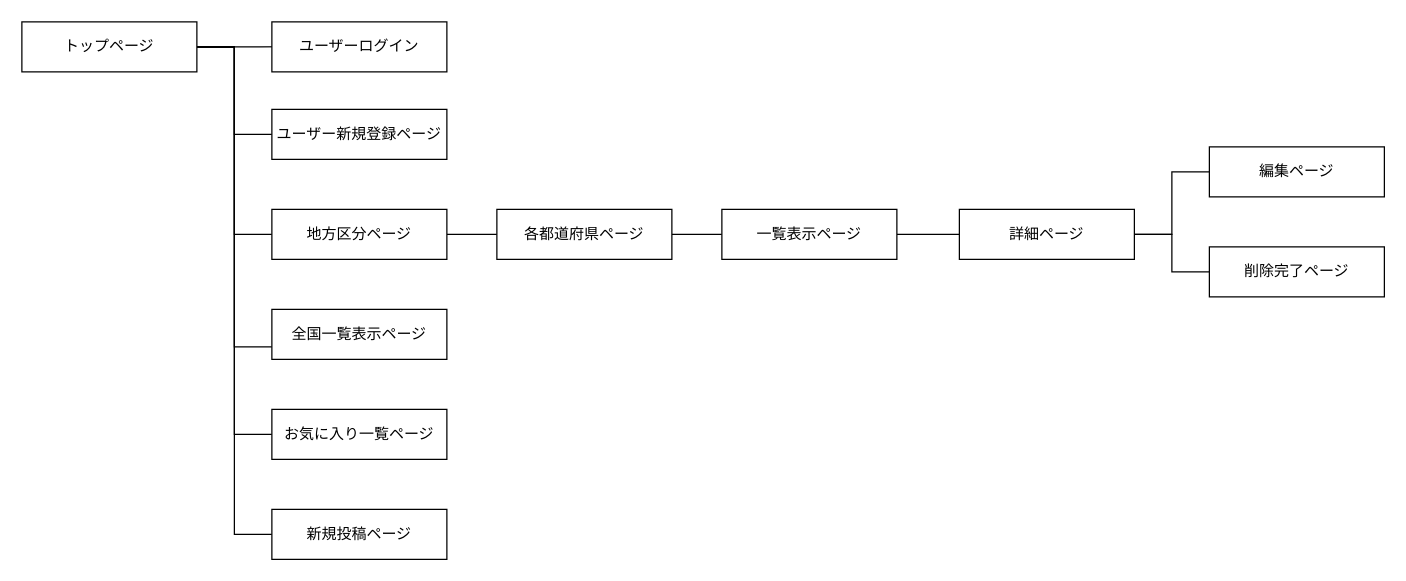
Before: page "ページ1" (2 of 2) of ER.drawio in kazuma516/temiyage, a draw.io diagram. Source tidied: cells renumbered, new cells numbered last; positions are measured from the earlier drawing's top-left corner, leaving out a move shared by most shapes. Both pictures are drawn from the tidied source at 125%, with x=0, y=0 at pixel (21, 21).
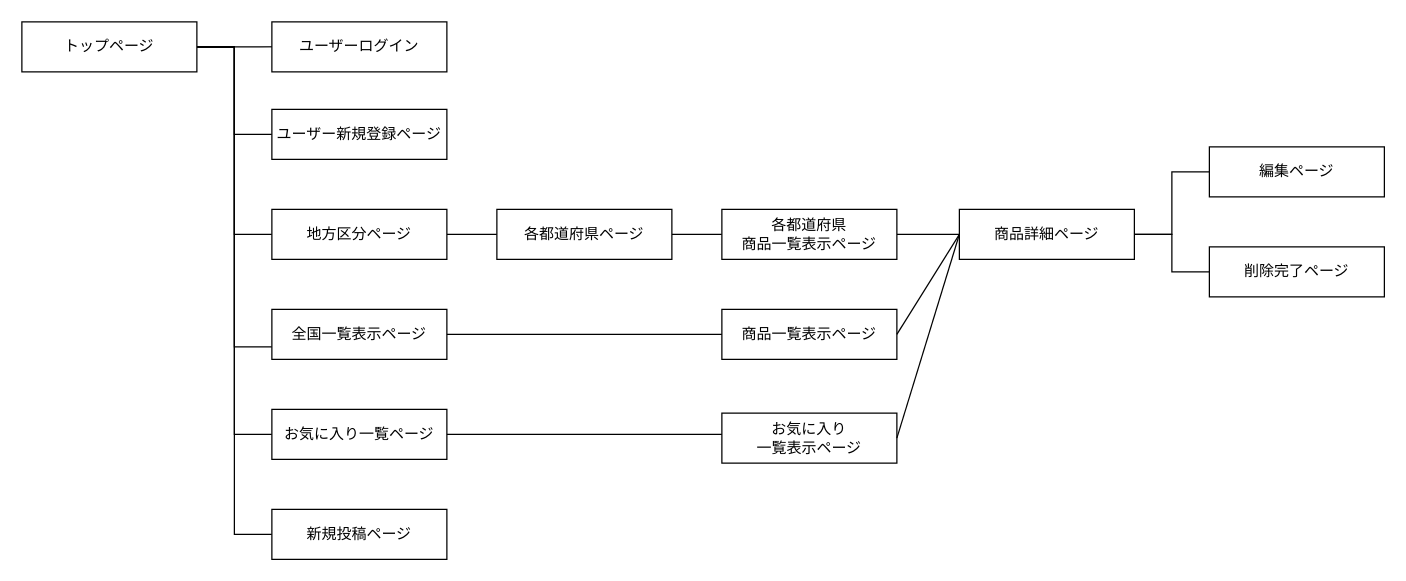
The same page after the edit.

Unchanged cells that the change refers to:
```xml
<mxCell id="13" value="お気に入り一覧ページ" style="rounded=0;whiteSpace=wrap;html=1;" parent="1" vertex="1">
  <mxGeometry x="200" y="310" width="140" height="40" as="geometry" />
</mxCell>
<mxCell id="16" value="全国一覧表示ページ" style="rounded=0;whiteSpace=wrap;html=1;" parent="1" vertex="1">
  <mxGeometry x="200" y="230" width="140" height="40" as="geometry" />
</mxCell>
```

What changed in the source:
```diff
@@
-    <mxCell id="18" value="一覧表示ページ" style="rounded=0;whiteSpace=wrap;html=1;" parent="1" vertex="1">
+    <mxCell id="18" value="各都道府県&lt;br&gt;商品一覧表示ページ" style="rounded=0;whiteSpace=wrap;html=1;" parent="1" vertex="1">
       <mxGeometry x="560" y="150" width="140" height="40" as="geometry" />
     </mxCell>
@@
-    <mxCell id="21" value="詳細ページ" style="rounded=0;whiteSpace=wrap;html=1;" parent="1" vertex="1">
+    <mxCell id="21" value="商品詳細ページ" style="rounded=0;whiteSpace=wrap;html=1;" parent="1" vertex="1">
       <mxGeometry x="750" y="150" width="140" height="40" as="geometry" />
     </mxCell>
@@
+    <mxCell id="25" value="商品一覧表示ページ" style="rounded=0;whiteSpace=wrap;html=1;" parent="1" vertex="1">
+      <mxGeometry x="560" y="230" width="140" height="40" as="geometry" />
+    </mxCell>
+    <mxCell id="26" style="endArrow=none;html=1;exitX=1;exitY=0.5;exitDx=0;exitDy=0;entryX=0;entryY=0.5;entryDx=0;entryDy=0;" parent="1" edge="1" source="16" target="25">
+      <mxGeometry relative="1" as="geometry" />
+    </mxCell>
+    <mxCell id="27" style="endArrow=none;html=1;exitX=1;exitY=0.5;exitDx=0;exitDy=0;" parent="1" edge="1" source="25">
+      <mxGeometry relative="1" as="geometry">
+        <mxPoint x="750" y="170" as="targetPoint" />
+      </mxGeometry>
+    </mxCell>
+    <mxCell id="28" value="お気に入り&lt;br&gt;一覧表示ページ" style="rounded=0;whiteSpace=wrap;html=1;" parent="1" vertex="1">
+      <mxGeometry x="560" y="313" width="140" height="40" as="geometry" />
+    </mxCell>
+    <mxCell id="29" style="endArrow=none;html=1;exitX=1;exitY=0.5;exitDx=0;exitDy=0;" parent="1" edge="1" source="28">
+      <mxGeometry relative="1" as="geometry">
+        <mxPoint x="750" y="170" as="targetPoint" />
+      </mxGeometry>
+    </mxCell>
+    <mxCell id="30" style="endArrow=none;html=1;exitX=1;exitY=0.5;exitDx=0;exitDy=0;" parent="1" edge="1" source="13">
+      <mxGeometry relative="1" as="geometry">
+        <mxPoint x="560" y="330" as="targetPoint" />
+      </mxGeometry>
+    </mxCell>
```
